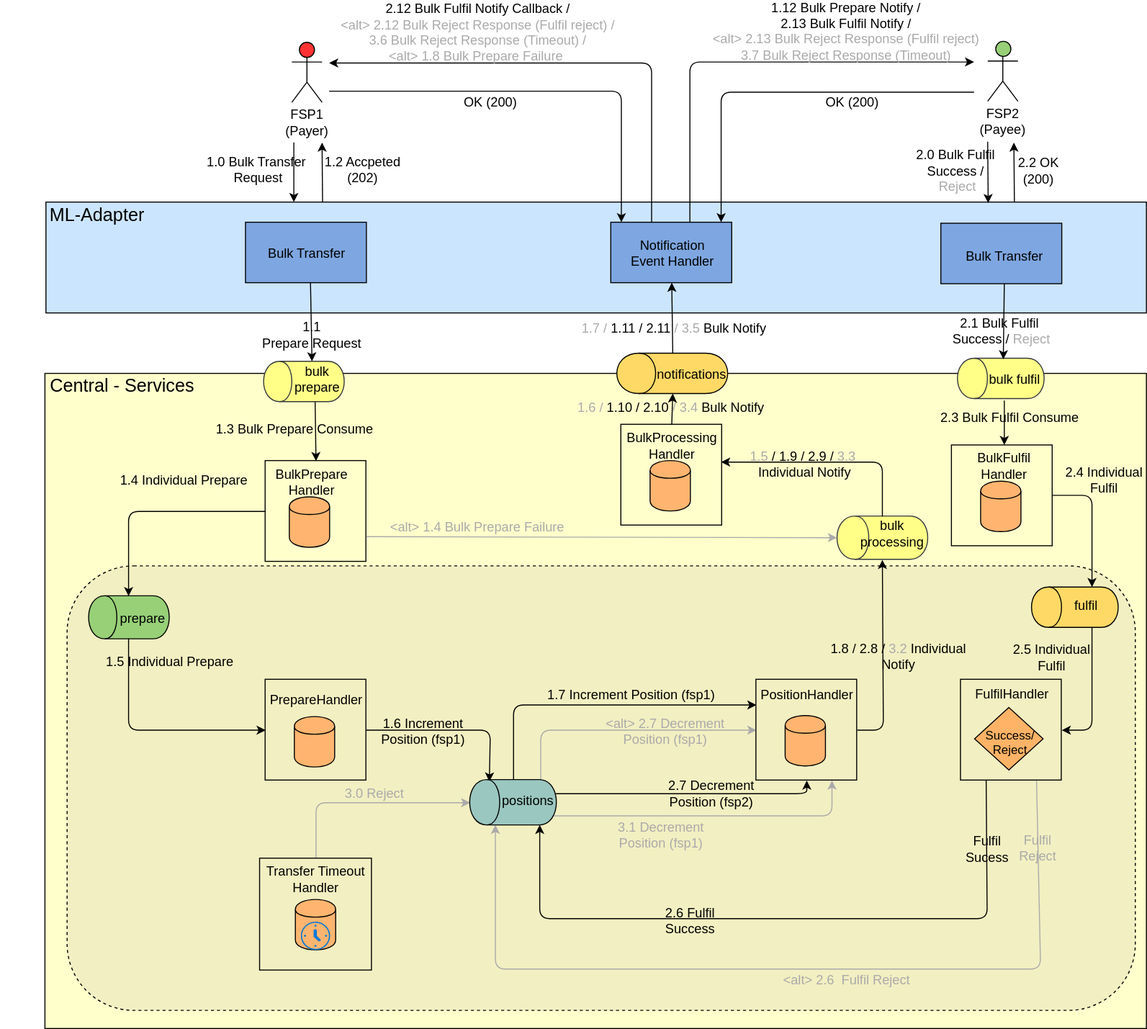
Earlier version of the draw.io export Diagrams/ArchitectureDiagrams/bulk-transfer-arch-flows.svg (ggrg/docs). Source tidied: cells renumbered, new cells last; positions are measured from the earlier drawing's top-left corner, leaving out a move shared by most shapes.
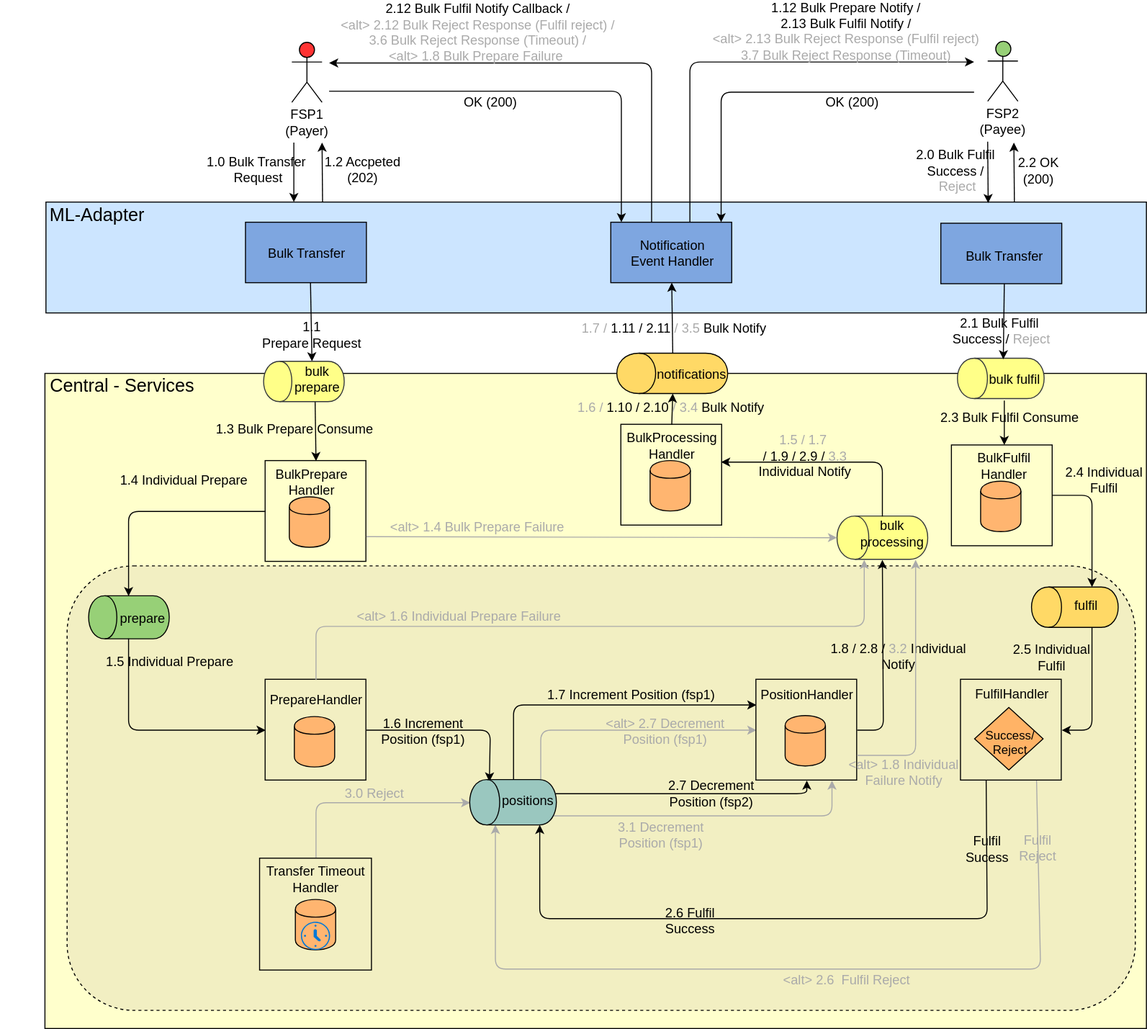
Later version of the same file.

Commit message:
Updating bulk arch overview diagram to add paths from prepare and position handlers to send messages to the bulk processing topic in failure cases

Change to the diagram source:
```diff
@@ -450,8 +450,8 @@
         </Array>
       </mxGeometry>
     </mxCell>
-    <mxCell id="104" value="&lt;font style=&quot;font-size: 13px&quot;&gt;&lt;font color=&quot;#aaaaaa&quot;&gt;1.5&lt;/font&gt;&amp;nbsp;/ 1.9 / 2.9 /&amp;nbsp;&lt;span&gt;&lt;font color=&quot;#aaaaaa&quot;&gt;3.3&lt;/font&gt;&lt;/span&gt;&lt;br&gt;&amp;nbsp;Individual Notify&lt;/font&gt;" style="text;html=1;align=center;verticalAlign=middle;labelBackgroundColor=none;fontSize=13;direction=south;" parent="1" vertex="1">
-      <mxGeometry x="745" y="447" as="geometry">
+    <mxCell id="104" value="&lt;font style=&quot;font-size: 13px&quot;&gt;&lt;font color=&quot;#aaaaaa&quot;&gt;1.5 /&amp;nbsp;&lt;/font&gt;&lt;span&gt;&lt;font color=&quot;#aaaaaa&quot;&gt;1.7&lt;/font&gt;&lt;/span&gt;&lt;font color=&quot;#aaaaaa&quot;&gt;&lt;br&gt;&lt;/font&gt;&amp;nbsp;/ 1.9 / 2.9 /&amp;nbsp;&lt;span&gt;&lt;font color=&quot;#aaaaaa&quot;&gt;3.3&lt;/font&gt;&lt;/span&gt;&lt;br&gt;&amp;nbsp;Individual Notify&lt;/font&gt;" style="text;html=1;align=center;verticalAlign=middle;labelBackgroundColor=none;fontSize=13;direction=south;" parent="1" vertex="1">
+      <mxGeometry x="745" y="439" as="geometry">
         <mxPoint x="51" y="-29" as="offset" />
       </mxGeometry>
     </mxCell>
@@ -548,5 +548,30 @@
         <mxPoint x="-21.5" y="8" as="offset" />
       </mxGeometry>
     </mxCell>
+    <mxCell id="130" style="endArrow=classic;html=1;strokeColor=#AAAAAA;entryX=0;entryY=0.3;entryDx=0;entryDy=0;exitX=0.5;exitY=0;exitDx=0;exitDy=0;" parent="1" edge="1" source="122" target="72">
+      <mxGeometry relative="1" as="geometry">
+        <Array as="points">
+          <mxPoint x="313" y="581" />
+          <mxPoint x="857" y="581" />
+        </Array>
+      </mxGeometry>
+    </mxCell>
+    <mxCell id="131" value="&lt;font style=&quot;font-size: 13px&quot; color=&quot;#aaaaaa&quot;&gt;&amp;lt;alt&amp;gt; 1.6 Individual Prepare Failure&lt;/font&gt;" style="text;html=1;align=center;verticalAlign=middle;labelBackgroundColor=none;fontSize=13;" parent="1" vertex="1">
+      <mxGeometry x="475.9" y="562" as="geometry">
+        <mxPoint x="-21.5" y="8" as="offset" />
+      </mxGeometry>
+    </mxCell>
+    <mxCell id="132" style="endArrow=classic;html=1;fontSize=12;exitX=1;exitY=0.75;exitDx=0;exitDy=0;entryX=-0.012;entryY=0.867;entryDx=0;entryDy=0;entryPerimeter=0;strokeColor=#AAAAAA;" parent="1" edge="1" source="118" target="72">
+      <mxGeometry relative="1" as="geometry">
+        <Array as="points">
+          <mxPoint x="908" y="709" />
+        </Array>
+      </mxGeometry>
+    </mxCell>
+    <mxCell id="133" value="&lt;font color=&quot;#aaaaaa&quot;&gt;&amp;lt;alt&amp;gt;&amp;nbsp;1.8 Individual&lt;br&gt;Failure Notify&lt;/font&gt;&lt;br&gt;" style="text;html=1;align=center;verticalAlign=middle;labelBackgroundColor=none;fontSize=13;direction=south;" parent="1" vertex="1">
+      <mxGeometry x="844.5" y="753.5" as="geometry">
+        <mxPoint x="51" y="-29" as="offset" />
+      </mxGeometry>
+    </mxCell>
   </root>
 </mxGraphModel>
```
